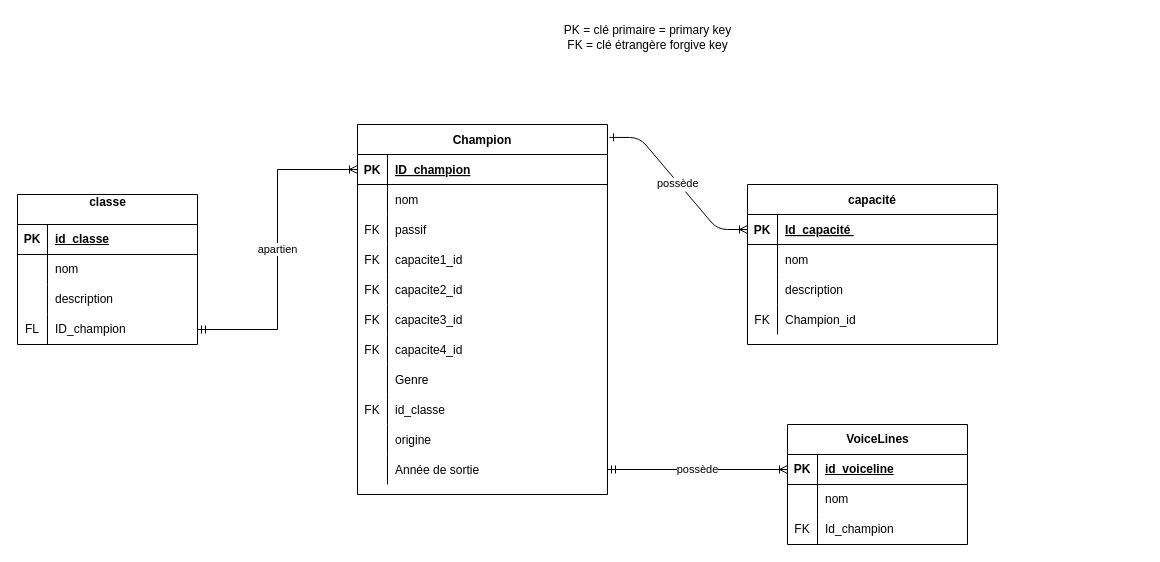
The draw.io diagram MCD_Agents_Valorant.drawio in CamilleSimon/BTS2-CIEL-IR-MCD-2024-2025, before the edit. Source tidied: cells renumbered, new cells numbered last; positions are measured from the earlier drawing's top-left corner, leaving out a move shared by most shapes. Both pictures are drawn from the tidied source at 100%, with x=0, y=0 at pixel (17, 17).
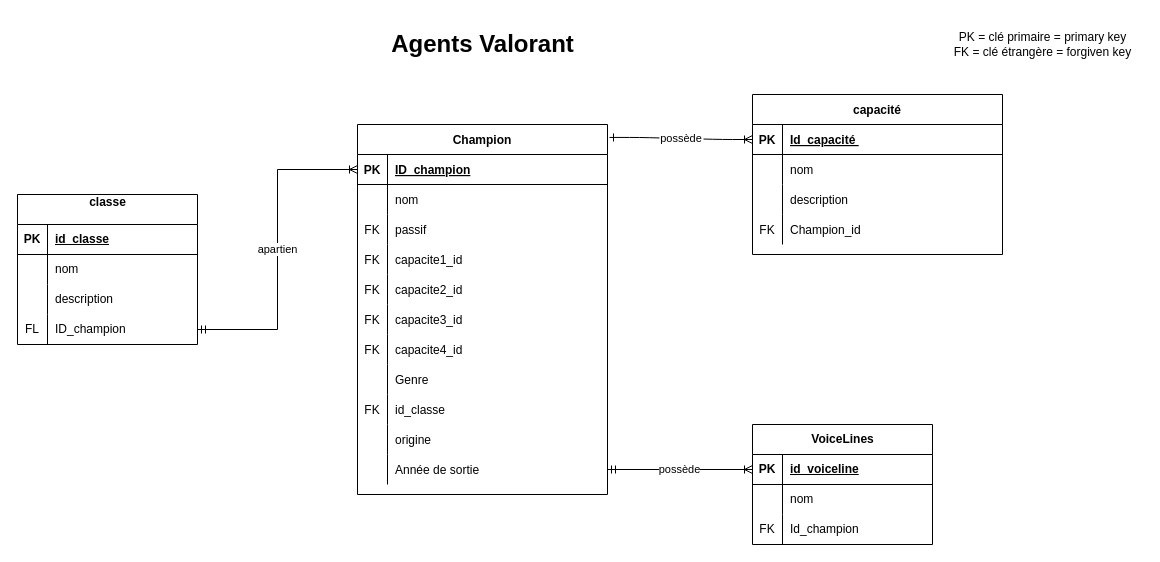
Above is the later version.

Commit message:
Mettre à jour MCD_Agents_Valorant.drawio

What changed in the source:
```diff
@@
     <mxCell id="37" value="capacité" style="shape=table;startSize=30;childLayout=tableLayout;rowLines=0;fontStyle=1;align=center;" parent="1" vertex="1">
-      <mxGeometry x="730" y="167" width="250" height="160" as="geometry" />
+      <mxGeometry x="735" y="77" width="250" height="160" as="geometry" />
     </mxCell>
@@
-    <mxCell id="50" value="PK = clé primaire = primary key&lt;br&gt;FK = clé étrangère forgive key" style="text;html=1;align=center;verticalAlign=middle;strokeColor=none;fillColor=none;" parent="1" vertex="1">
-      <mxGeometry x="535" width="190" height="40" as="geometry" />
+    <mxCell id="50" value="PK = clé primaire = primary key&lt;br&gt;FK = clé étrangère = forgiven key" style="text;html=1;align=center;verticalAlign=middle;strokeColor=none;fillColor=none;" parent="1" vertex="1">
+      <mxGeometry x="925" y="7" width="200" height="40" as="geometry" />
     </mxCell>
@@
     <mxCell id="64" value="VoiceLines" style="shape=table;startSize=30;childLayout=tableLayout;rowLines=0;fontStyle=1;align=center;html=1;" parent="1" vertex="1">
-      <mxGeometry x="770" y="407" width="180" height="120" as="geometry" />
+      <mxGeometry x="735" y="407" width="180" height="120" as="geometry" />
     </mxCell>
@@
+    <mxCell id="76" value="Agents Valorant" style="text;strokeColor=none;fillColor=none;html=1;fontSize=24;fontStyle=1;verticalAlign=middle;align=center;" parent="1" vertex="1">
+      <mxGeometry x="370" y="7" width="190" height="40" as="geometry" />
+    </mxCell>
```
